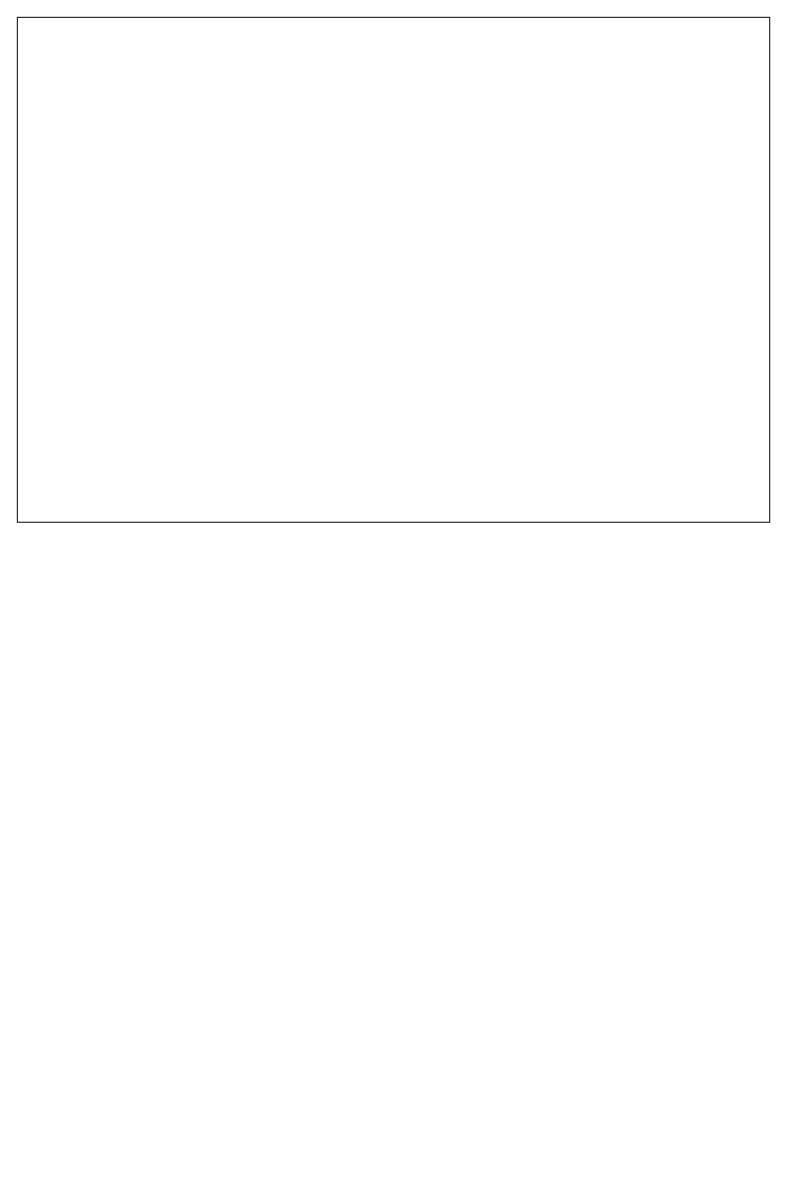
Above: page "Index" (2 of 2) of Untitled Diagram.drawio in enrichdev-en/Sample-draw.io (draw.io), before the change. Source tidied: cells renumbered, new cells numbered last; positions are measured from the earlier drawing's top-left corner, leaving out a move shared by most shapes. Both pictures are drawn from the tidied source at 99%, with x=0, y=0 at pixel (17, 17). Pictures stored in the file or linked from it are replaced by grey dashed boxes.
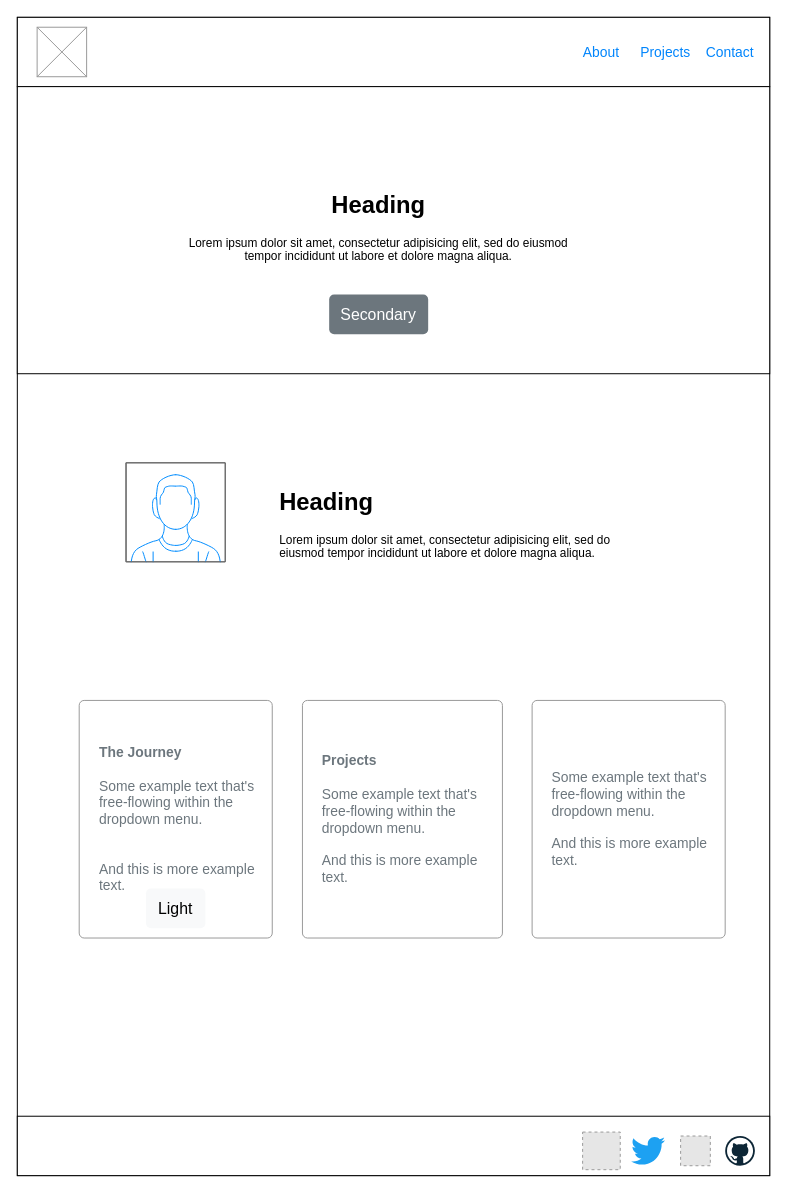
The same diagram, later.

What changed in the source:
```diff
@@
     <mxCell id="3" style="rounded=0;whiteSpace=wrap;html=1;" parent="1" vertex="1">
-      <mxGeometry width="760" height="510" as="geometry" />
+      <mxGeometry width="760" height="1170" as="geometry" />
     </mxCell>
+    <mxCell id="4" style="rounded=0;whiteSpace=wrap;html=1;" parent="1" vertex="1">
+      <mxGeometry width="760" height="70" as="geometry" />
+    </mxCell>
+    <mxCell id="5" style="verticalLabelPosition=bottom;shadow=0;dashed=0;align=center;html=1;verticalAlign=top;strokeWidth=1;shape=mxgraph.mockup.graphics.simpleIcon;strokeColor=#999999;" parent="1" vertex="1">
+      <mxGeometry x="20" y="10" width="50" height="50" as="geometry" />
+    </mxCell>
+    <mxCell id="6" value="About" style="fillColor=none;strokeColor=none;fontSize=14;fontColor=#0085FC;" parent="1" vertex="1">
+      <mxGeometry x="550" y="20" width="80" height="30" as="geometry" />
+    </mxCell>
+    <mxCell id="7" value="Projects" style="fillColor=none;strokeColor=none;fontSize=14;fontColor=#0085FC;" parent="1" vertex="1">
+      <mxGeometry x="620" y="20" width="70" height="30" as="geometry" />
+    </mxCell>
+    <mxCell id="8" value="Contact" style="fillColor=none;strokeColor=none;fontSize=14;fontColor=#0085FC;" parent="1" vertex="1">
+      <mxGeometry x="690" y="20" width="60" height="30" as="geometry" />
+    </mxCell>
+    <mxCell id="9" style="rounded=0;whiteSpace=wrap;html=1;" parent="1" vertex="1">
+      <mxGeometry y="70" width="760" height="290" as="geometry" />
+    </mxCell>
+    <mxCell id="10" value="&lt;h1&gt;Heading&lt;/h1&gt;&lt;p&gt;Lorem ipsum dolor sit amet, consectetur adipisicing elit, sed do eiusmod tempor incididunt ut labore et dolore magna aliqua.&lt;/p&gt;" style="text;html=1;strokeColor=none;fillColor=none;spacing=5;spacingTop=-20;whiteSpace=wrap;overflow=hidden;rounded=0;align=center;" parent="1" vertex="1">
+      <mxGeometry x="160" y="170" width="410" height="120" as="geometry" />
+    </mxCell>
+    <mxCell id="11" style="verticalLabelPosition=bottom;shadow=0;dashed=0;align=center;html=1;verticalAlign=top;strokeWidth=1;shape=mxgraph.mockup.containers.userMale;strokeColor=#666666;strokeColor2=#008cff;" parent="1" vertex="1">
+      <mxGeometry x="110" y="450" width="100" height="100" as="geometry" />
+    </mxCell>
+    <mxCell id="12" value="&lt;h1&gt;Heading&lt;/h1&gt;&lt;p&gt;Lorem ipsum dolor sit amet, consectetur adipisicing elit, sed do eiusmod tempor incididunt ut labore et dolore magna aliqua.&lt;/p&gt;" style="text;html=1;strokeColor=none;fillColor=none;spacing=5;spacingTop=-20;whiteSpace=wrap;overflow=hidden;rounded=0;align=left;" parent="1" vertex="1">
+      <mxGeometry x="260" y="470" width="350" height="120" as="geometry" />
+    </mxCell>
+    <mxCell id="13" value="&lt;b&gt;The Journey&lt;/b&gt;&lt;br&gt;&lt;br&gt;Some example text that's free-flowing within the dropdown menu.&lt;br style=&quot;font-size: 14px&quot;&gt;&lt;br&gt;&lt;br style=&quot;font-size: 14px&quot;&gt;And this is more example text." style="html=1;shadow=0;dashed=0;shape=mxgraph.bootstrap.rrect;rSize=5;strokeColor=#999999;strokeWidth=1;fillColor=#FFFFFF;fontColor=#6C767D;whiteSpace=wrap;align=left;verticalAlign=middle;spacingLeft=10;fontSize=14;spacing=10;" parent="1" vertex="1">
+      <mxGeometry x="62.5" y="690" width="195" height="240" as="geometry" />
+    </mxCell>
+    <mxCell id="14" value="&lt;b&gt;Projects&lt;br&gt;&lt;/b&gt;&lt;br&gt;Some example text that's free-flowing within the dropdown menu.&lt;br style=&quot;font-size: 14px&quot;&gt;&lt;br style=&quot;font-size: 14px&quot;&gt;And this is more example text." style="html=1;shadow=0;dashed=0;shape=mxgraph.bootstrap.rrect;rSize=5;strokeColor=#999999;strokeWidth=1;fillColor=#FFFFFF;fontColor=#6C767D;whiteSpace=wrap;align=left;verticalAlign=middle;spacingLeft=10;fontSize=14;spacing=10;" parent="1" vertex="1">
+      <mxGeometry x="288" y="690" width="202" height="240" as="geometry" />
+    </mxCell>
+    <mxCell id="15" value="Some example text that's free-flowing within the dropdown menu.&lt;br style=&quot;font-size: 14px&quot;&gt;&lt;br style=&quot;font-size: 14px&quot;&gt;And this is more example text." style="html=1;shadow=0;dashed=0;shape=mxgraph.bootstrap.rrect;rSize=5;strokeColor=#999999;strokeWidth=1;fillColor=#FFFFFF;fontColor=#6C767D;whiteSpace=wrap;align=left;verticalAlign=middle;spacingLeft=10;fontSize=14;spacing=10;" parent="1" vertex="1">
+      <mxGeometry x="520" y="690" width="195" height="240" as="geometry" />
+    </mxCell>
+    <mxCell id="16" style="rounded=0;whiteSpace=wrap;html=1;align=left;" parent="1" vertex="1">
+      <mxGeometry y="1110" width="760" height="60" as="geometry" />
+    </mxCell>
+    <mxCell id="17" style="dashed=0;html=1;align=center;labelPosition=center;verticalLabelPosition=bottom;verticalAlign=top;shape=mxgraph.weblogos.github;" parent="1" vertex="1">
+      <mxGeometry x="715" y="1130" width="30" height="30" as="geometry" />
+    </mxCell>
+    <mxCell id="18" style="fillColor=#E6E6E6;strokeColor=#999999;dashed=1;html=1;verticalAlign=top;verticalLabelPosition=bottom;labelBackgroundColor=#ffffff;align=left;" parent="1" vertex="1">
+      <mxGeometry x="670" y="1130" width="30" height="30" as="geometry" />
+    </mxCell>
+    <mxCell id="19" style="dashed=0;html=1;align=center;labelPosition=center;verticalLabelPosition=bottom;verticalAlign=top;shape=mxgraph.weblogos.twitter;fillColor=#1DA1F2;strokeColor=none;" parent="1" vertex="1">
+      <mxGeometry x="620" y="1130" width="34.3" height="30" as="geometry" />
+    </mxCell>
+    <mxCell id="20" style="fillColor=#E6E6E6;strokeColor=#999999;dashed=1;html=1;verticalAlign=top;verticalLabelPosition=bottom;labelBackgroundColor=#ffffff;align=left;" parent="1" vertex="1">
+      <mxGeometry x="571" y="1126" width="38" height="38" as="geometry" />
+    </mxCell>
+    <mxCell id="21" value="Secondary" style="html=1;shadow=0;dashed=0;shape=mxgraph.bootstrap.rrect;rSize=5;strokeColor=none;strokeWidth=1;fillColor=#6C767D;fontColor=#FFFFFF;whiteSpace=wrap;align=center;verticalAlign=middle;spacingLeft=0;fontStyle=0;fontSize=16;spacing=5;" parent="1" vertex="1">
+      <mxGeometry x="315" y="280" width="100" height="40" as="geometry" />
+    </mxCell>
+    <mxCell id="22" value="Light" style="html=1;shadow=0;dashed=0;shape=mxgraph.bootstrap.rrect;rSize=5;strokeColor=none;strokeWidth=1;fillColor=#F8F9FA;fontColor=#000000;whiteSpace=wrap;align=center;verticalAlign=middle;spacingLeft=0;fontStyle=0;fontSize=16;spacing=5;" parent="1" vertex="1">
+      <mxGeometry x="130" y="880" width="60" height="40" as="geometry" />
+    </mxCell>
```
